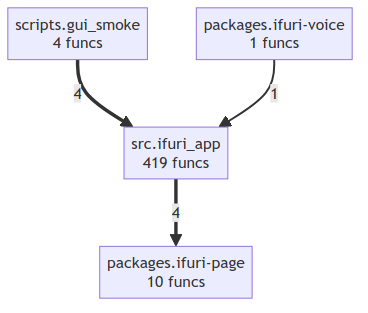
This is project/compact_flow.png from if-uri/app, a Mermaid export, as it was before one commit. Its source is kept beside it as project/compact_flow.mmd.
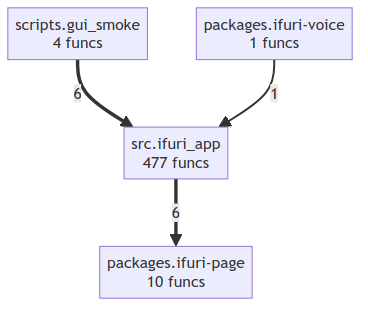
The same diagram one commit later.

Diff of the diagram source:
```diff
@@ -2,7 +2,7 @@
     packages__ifuri_page["packages.ifuri-page<br/>10 funcs"]
     packages__ifuri_voice["packages.ifuri-voice<br/>1 funcs"]
     scripts__gui_smoke["scripts.gui_smoke<br/>4 funcs"]
-    src__ifuri_app["src.ifuri_app<br/>419 funcs"]
-    src__ifuri_app ==>|4| packages__ifuri_page
-    scripts__gui_smoke ==>|4| src__ifuri_app
+    src__ifuri_app["src.ifuri_app<br/>477 funcs"]
+    src__ifuri_app ==>|6| packages__ifuri_page
+    scripts__gui_smoke ==>|6| src__ifuri_app
     packages__ifuri_voice -->|1| src__ifuri_app
```
